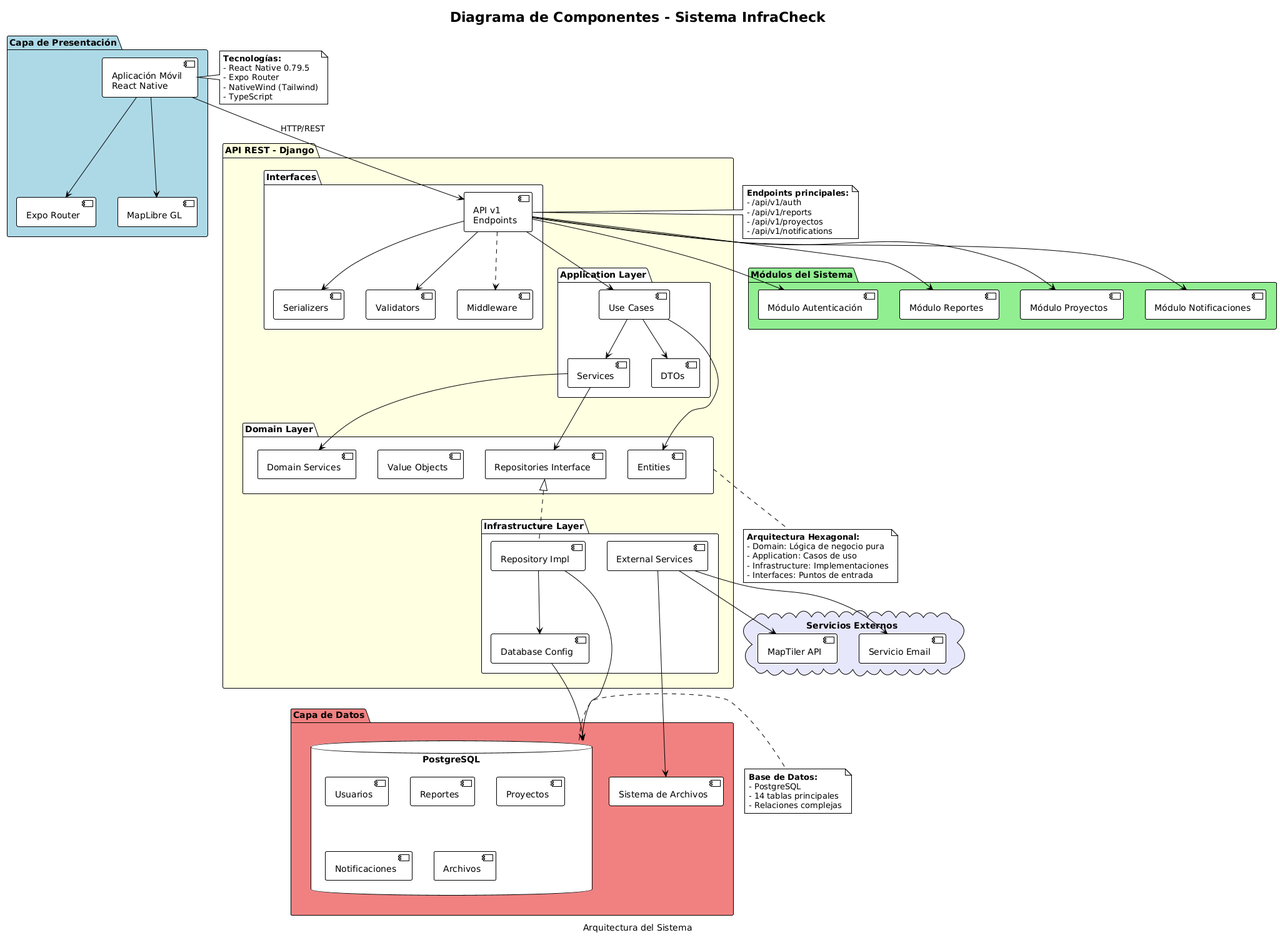
Linich14/G3-INFO1173-Infracheck keeps this PlantUML diagram as images/diagramas_plantuml/COMPONENTES.png. Above is the earlier version.
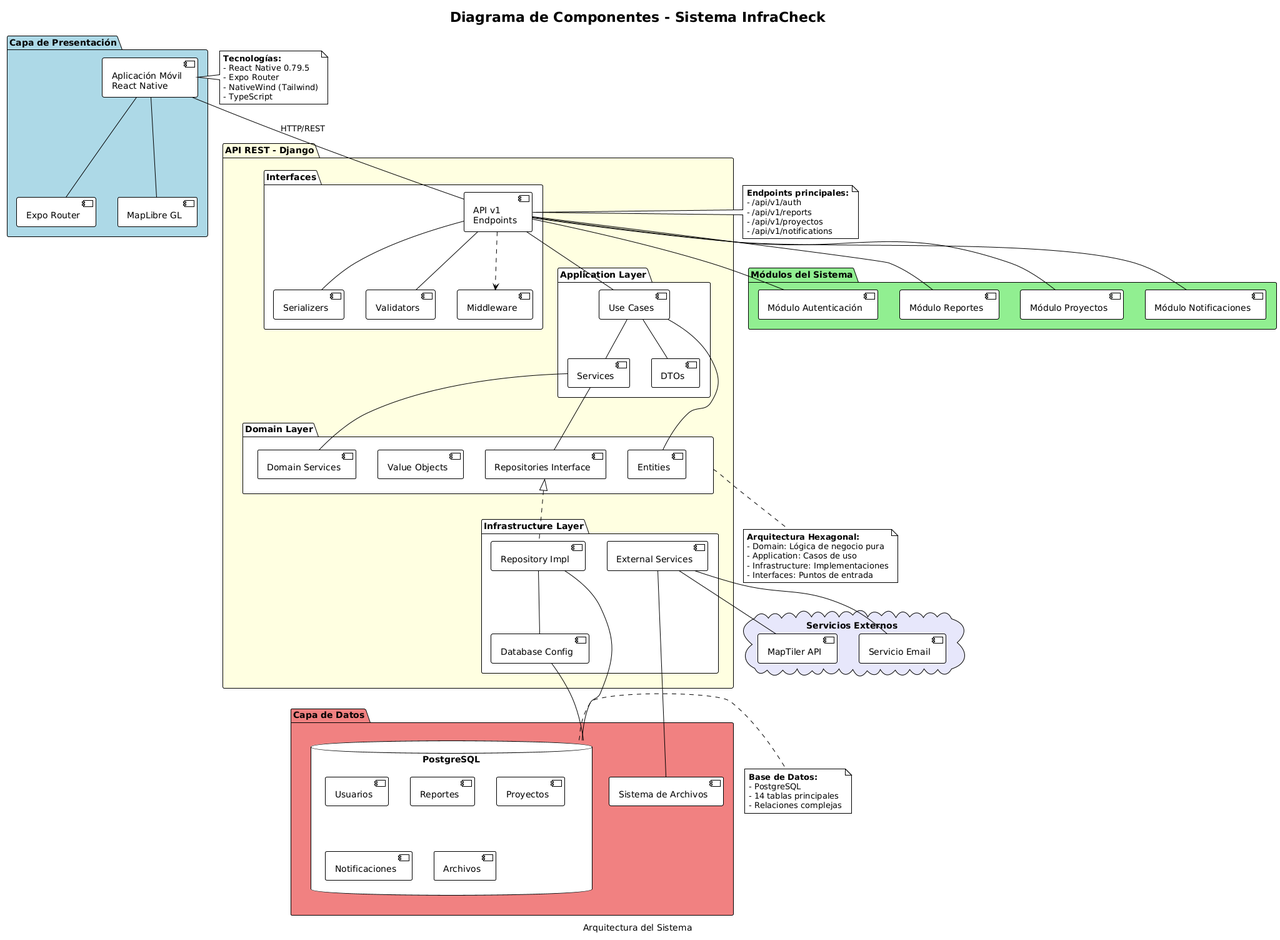
The same file after the commit.

Change to the diagram source:
```diff
@@ -10,8 +10,8 @@
   [Expo Router] as ExpoRouter
   [MapLibre GL] as MapLibre
 
-  MobileApp --> ExpoRouter
-  MobileApp --> MapLibre
+  MobileApp -- ExpoRouter
+  MobileApp -- MapLibre
 }
 
 
@@ -43,20 +43,20 @@
     [External Services] as ExternalServices
   }
 
-  APIv1 --> Serializers
-  APIv1 --> Validators
-  APIv1 --> UseCases
+  APIv1 -- Serializers
+  APIv1 -- Validators
+  APIv1 -- UseCases
   APIv1 ..> Middleware
 
-  UseCases --> AppServices
-  UseCases --> DTOs
-  UseCases --> Entities
+  UseCases -- AppServices
+  UseCases -- DTOs
+  UseCases -- Entities
 
-  AppServices --> DomainServices
-  AppServices --> RepoInterface
+  AppServices -- DomainServices
+  AppServices -- RepoInterface
 
   RepoInterface <|.. RepoImpl
-  RepoImpl --> DBConfig
+  RepoImpl -- DBConfig
 }
 
 
@@ -67,10 +67,10 @@
   [Módulo Notificaciones] as NotificationsModule
 }
 
-APIv1 --> AuthModule
-APIv1 --> ReportsModule
-APIv1 --> ProjectsModule
-APIv1 --> NotificationsModule
+APIv1 -- AuthModule
+APIv1 -- ReportsModule
+APIv1 -- ProjectsModule
+APIv1 -- NotificationsModule
 
 
 package "Capa de Datos" #LightCoral {
@@ -85,9 +85,9 @@
   [Sistema de Archivos] as FileSystem
 }
 
-DBConfig --> DB
-RepoImpl --> DB
-ExternalServices --> FileSystem
+DBConfig -- DB
+RepoImpl -- DB
+ExternalServices -- FileSystem
 
 
 cloud "Servicios Externos" #Lavender {
@@ -95,11 +95,11 @@
   [Servicio Email] as EmailService
 }
 
-ExternalServices --> MapTiler
-ExternalServices --> EmailService
+ExternalServices -- MapTiler
+ExternalServices -- EmailService
 
 
-MobileApp --> APIv1 : HTTP/REST
+MobileApp -- APIv1 : HTTP/REST
 
 
 note right of MobileApp
```
